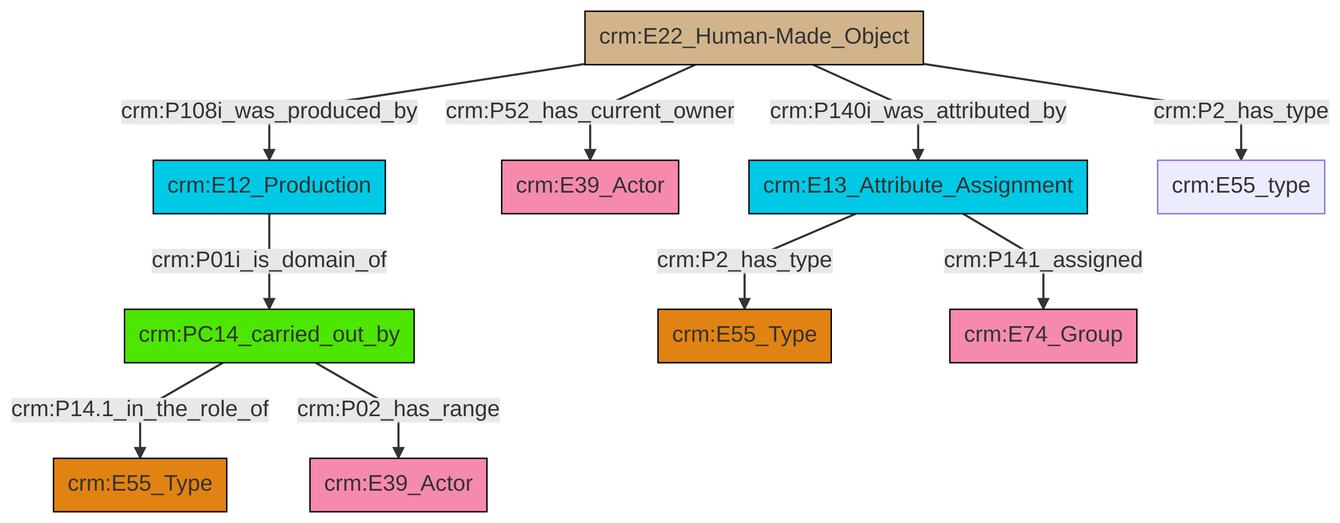
Above: et/builtWorkCSV/ttl/mmd/png/Built_Work_actor_relations.png in swiss-art-research-net/reference-data-models (Mermaid), before the change. Its source is kept beside it as et/builtWorkCSV/ttl/mmd/Built_Work_actor_relations.ttl.mmd.
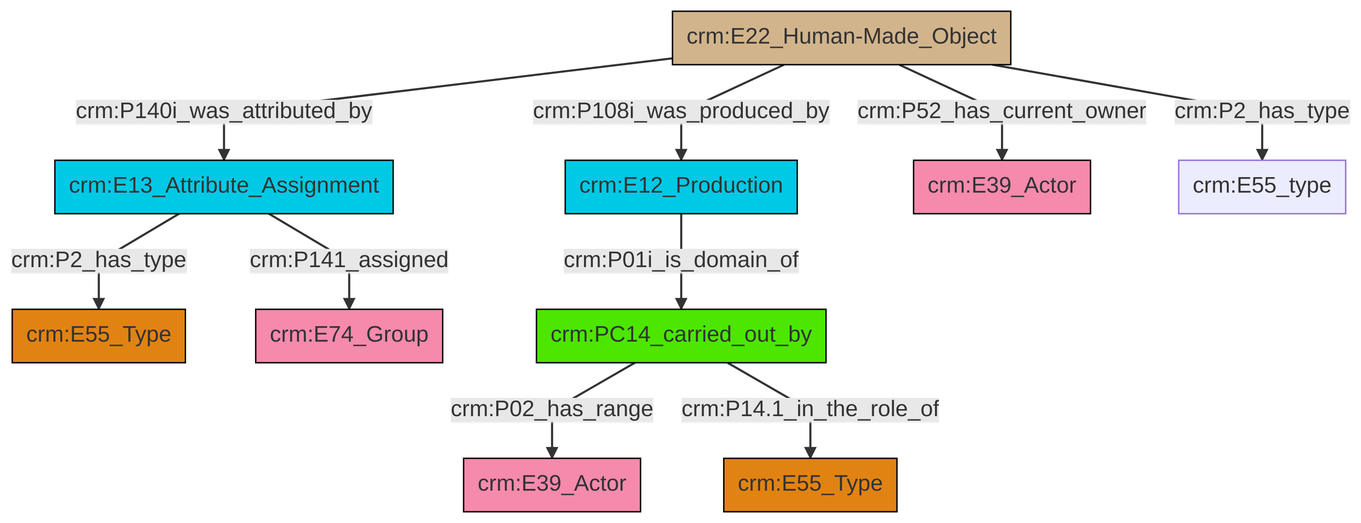
Above is the later version.

What changed in the source:
```diff
@@ -13,12 +13,12 @@
 classDef PC_Classes fill:#4ce600, stroke:#000000;
 classDef Multi fill:#cccccc,stroke:#000000;
 
-4["crm:PC14_carried_out_by"]:::PC_Classes -->|crm:P14.1_in_the_role_of| 5["crm:E55_Type"]:::Type
-0["crm:E12_Production"]:::Temporal_Entity -->|crm:P01i_is_domain_of| 4["crm:PC14_carried_out_by"]:::PC_Classes
-2["crm:E22_Human-Made_Object"]:::Physical_Thing -->|crm:P140i_was_attributed_by| 11["crm:E13_Attribute_Assignment"]:::Temporal_Entity
-11["crm:E13_Attribute_Assignment"]:::Temporal_Entity -->|crm:P141_assigned| 12["crm:E74_Group"]:::Actor
-2["crm:E22_Human-Made_Object"]:::Physical_Thing -->|crm:P52_has_current_owner| 6["crm:E39_Actor"]:::Actor
-4["crm:PC14_carried_out_by"]:::PC_Classes -->|crm:P02_has_range| 14["crm:E39_Actor"]:::Actor
-11["crm:E13_Attribute_Assignment"]:::Temporal_Entity -->|crm:P2_has_type| 8["crm:E55_Type"]:::Type
-2["crm:E22_Human-Made_Object"]:::Physical_Thing -->|crm:P2_has_type| 17["crm:E55_type"]:::Default
-2["crm:E22_Human-Made_Object"]:::Physical_Thing -->|crm:P108i_was_produced_by| 0["crm:E12_Production"]:::Temporal_Entity
+6["crm:E12_Production"]:::Temporal_Entity -->|crm:P01i_is_domain_of| 7["crm:PC14_carried_out_by"]:::PC_Classes
+8["crm:E22_Human-Made_Object"]:::Physical_Thing -->|crm:P140i_was_attributed_by| 2["crm:E13_Attribute_Assignment"]:::Temporal_Entity
+2["crm:E13_Attribute_Assignment"]:::Temporal_Entity -->|crm:P141_assigned| 4["crm:E74_Group"]:::Actor
+7["crm:PC14_carried_out_by"]:::PC_Classes -->|crm:P02_has_range| 11["crm:E39_Actor"]:::Actor
+8["crm:E22_Human-Made_Object"]:::Physical_Thing -->|crm:P108i_was_produced_by| 6["crm:E12_Production"]:::Temporal_Entity
+8["crm:E22_Human-Made_Object"]:::Physical_Thing -->|crm:P52_has_current_owner| 12["crm:E39_Actor"]:::Actor
+8["crm:E22_Human-Made_Object"]:::Physical_Thing -->|crm:P2_has_type| 15["crm:E55_type"]:::Default
+2["crm:E13_Attribute_Assignment"]:::Temporal_Entity -->|crm:P2_has_type| 0["crm:E55_Type"]:::Type
+7["crm:PC14_carried_out_by"]:::PC_Classes -->|crm:P14.1_in_the_role_of| 16["crm:E55_Type"]:::Type
```
